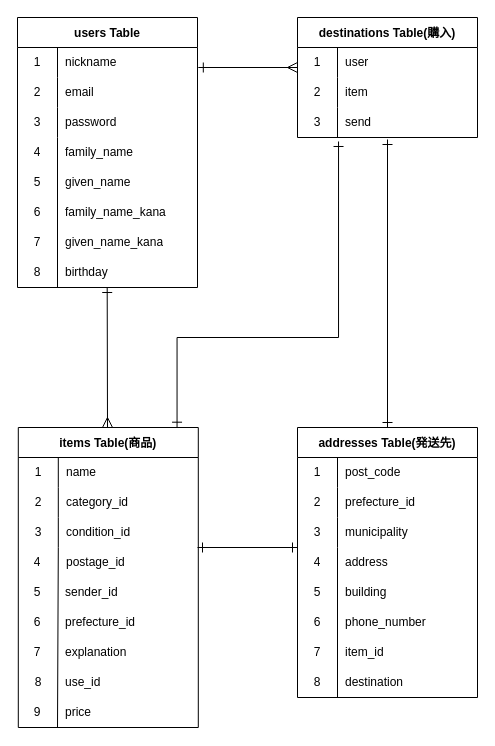
Earlier version of the draw.io diagram ER図.dio (htn9sys/furima-39212). Source tidied: cells renumbered, new cells numbered last; positions are measured from the earlier drawing's top-left corner, leaving out a move shared by most shapes. Both pictures are drawn from the tidied source at 100%, with x=0, y=0 at pixel (17, 17).
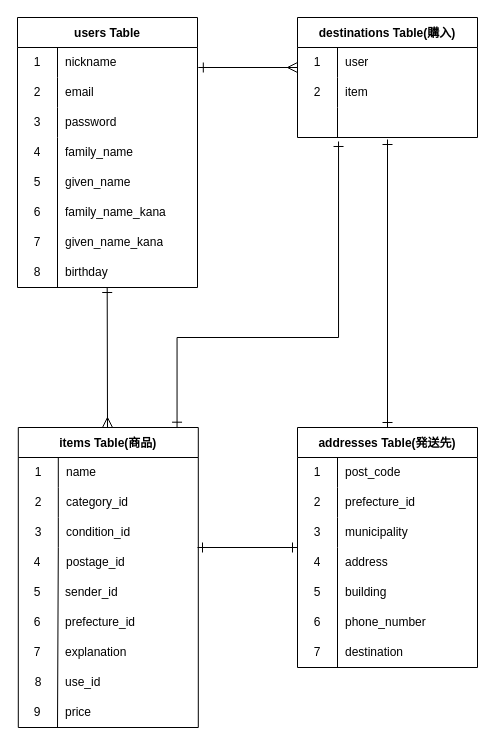
Above is the later version.

Commit message (it also covers changes not shown here):
ER図_READMEの修正 3

The change refers to these unchanged cells:
```xml
<mxCell id="40" style="shape=tableRow;horizontal=0;startSize=0;swimlaneHead=0;swimlaneBody=0;top=0;left=0;bottom=0;right=0;fillColor=none;points=[[0,0.5],[1,0.5]];portConstraint=eastwest;" parent="33" vertex="1">
  <mxGeometry y="90" width="180" height="30" as="geometry" />
</mxCell>
```

The edit, as a diff of the source:
```diff
@@
     <mxCell id="23" value="addresses Table(発送先)" style="shape=table;startSize=30;childLayout=tableLayout;rowLines=0;fontStyle=1;" parent="1" vertex="1">
-      <mxGeometry x="280" y="410" width="180" height="270" as="geometry" />
+      <mxGeometry x="280" y="410" width="180" height="240" as="geometry" />
     </mxCell>
@@
-    <mxCell id="41" value="3" style="shape=partialRectangle;html=1;whiteSpace=wrap;fillColor=none;top=0;left=0;bottom=0;right=0;overflow=hidden;" parent="40" vertex="1">
+    <mxCell id="41" style="shape=partialRectangle;html=1;whiteSpace=wrap;fillColor=none;top=0;left=0;bottom=0;right=0;overflow=hidden;" parent="40" vertex="1">
       <mxGeometry width="40" height="30" as="geometry" />
     </mxCell>
-    <mxCell id="42" value="send" style="shape=partialRectangle;html=1;whiteSpace=wrap;fillColor=none;top=0;left=0;bottom=0;right=0;align=left;spacingLeft=6;overflow=hidden;" parent="40" vertex="1">
+    <mxCell id="42" style="shape=partialRectangle;html=1;whiteSpace=wrap;fillColor=none;top=0;left=0;bottom=0;right=0;align=left;spacingLeft=6;overflow=hidden;" parent="40" vertex="1">
       <mxGeometry x="40" width="140" height="30" as="geometry" />
     </mxCell>
@@
     <mxCell id="74" style="endArrow=none;html=1;strokeWidth=1;startSize=8;endSize=8;sourcePerimeterSpacing=7;targetPerimeterSpacing=7;jumpSize=11;" parent="1" edge="1">
       <mxGeometry relative="1" as="geometry">
-        <mxPoint x="320" y="680" as="sourcePoint" />
+        <mxPoint x="320" y="650" as="sourcePoint" />
         <mxPoint x="320" y="530" as="targetPoint" />
       </mxGeometry>
     </mxCell>
@@
-    <mxCell id="77" value="item_id" style="shape=partialRectangle;html=1;whiteSpace=wrap;fillColor=none;top=0;left=0;bottom=0;right=0;align=left;spacingLeft=6;overflow=hidden;" parent="1" vertex="1">
-      <mxGeometry x="320" y="620" width="140" height="30" as="geometry" />
-    </mxCell>
@@
-    <mxCell id="79" value="8" style="shape=partialRectangle;html=1;whiteSpace=wrap;fillColor=none;top=0;left=0;bottom=0;right=0;overflow=hidden;" parent="1" vertex="1">
-      <mxGeometry x="280" y="650" width="40" height="30" as="geometry" />
-    </mxCell>
     <mxCell id="80" value="destination" style="shape=partialRectangle;html=1;whiteSpace=wrap;fillColor=none;top=0;left=0;bottom=0;right=0;align=left;spacingLeft=6;overflow=hidden;" parent="1" vertex="1">
-      <mxGeometry x="320" y="650" width="140" height="30" as="geometry" />
+      <mxGeometry x="320" y="620" width="140" height="30" as="geometry" />
     </mxCell>
```
